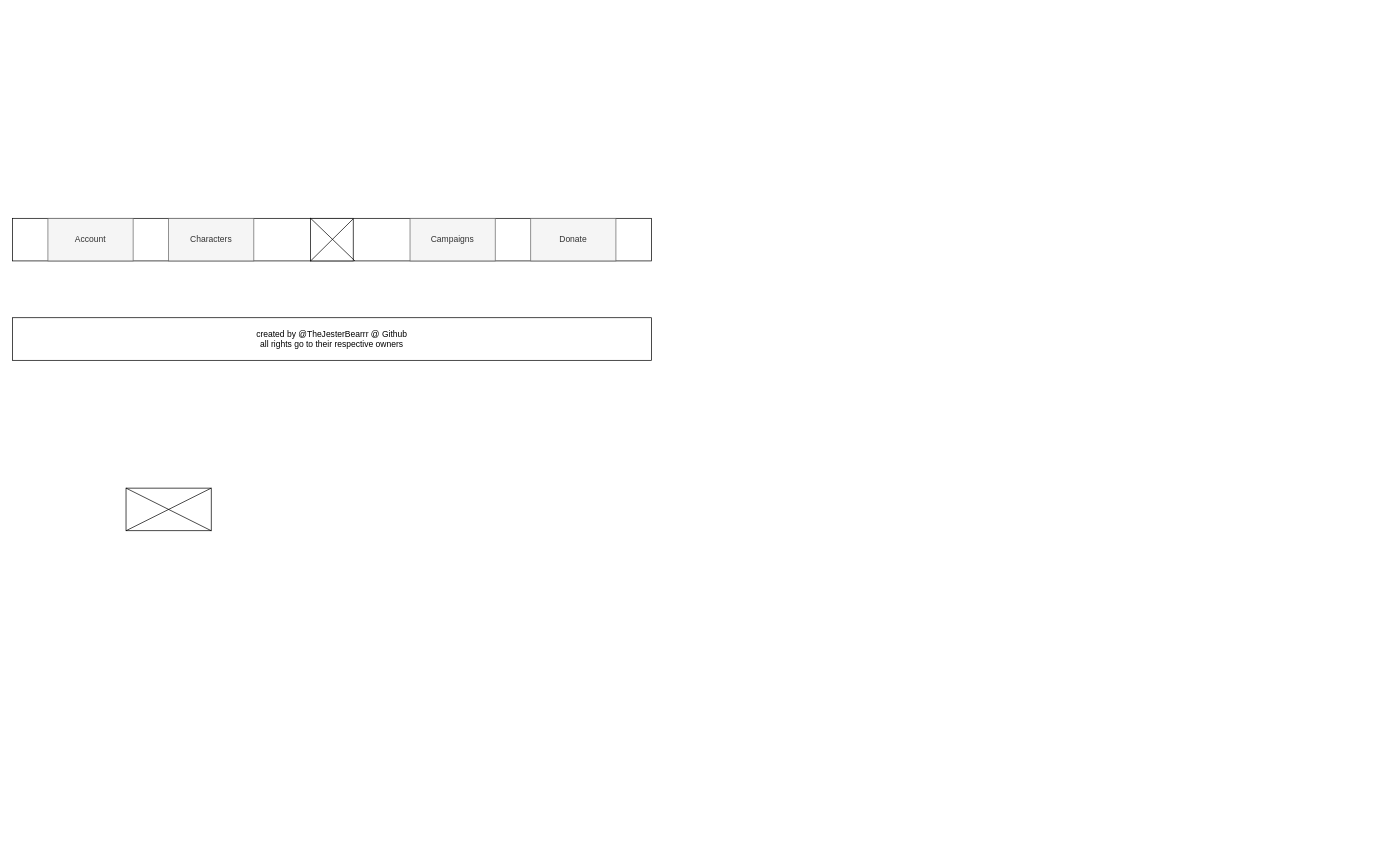
This is page "Assets" (2 of 5) of ! ASSETS !/Wireframes/Project Crawler Design.drawio from MrJesterBear/Project-Crawler-Datasheet, a draw.io file, before an edit. Source tidied: cells renumbered, new cells numbered last; positions are measured from the earlier drawing's top-left corner, leaving out a move shared by most shapes. Both pictures are drawn from the tidied source at 71%, with x=0, y=0 at pixel (12, 218).
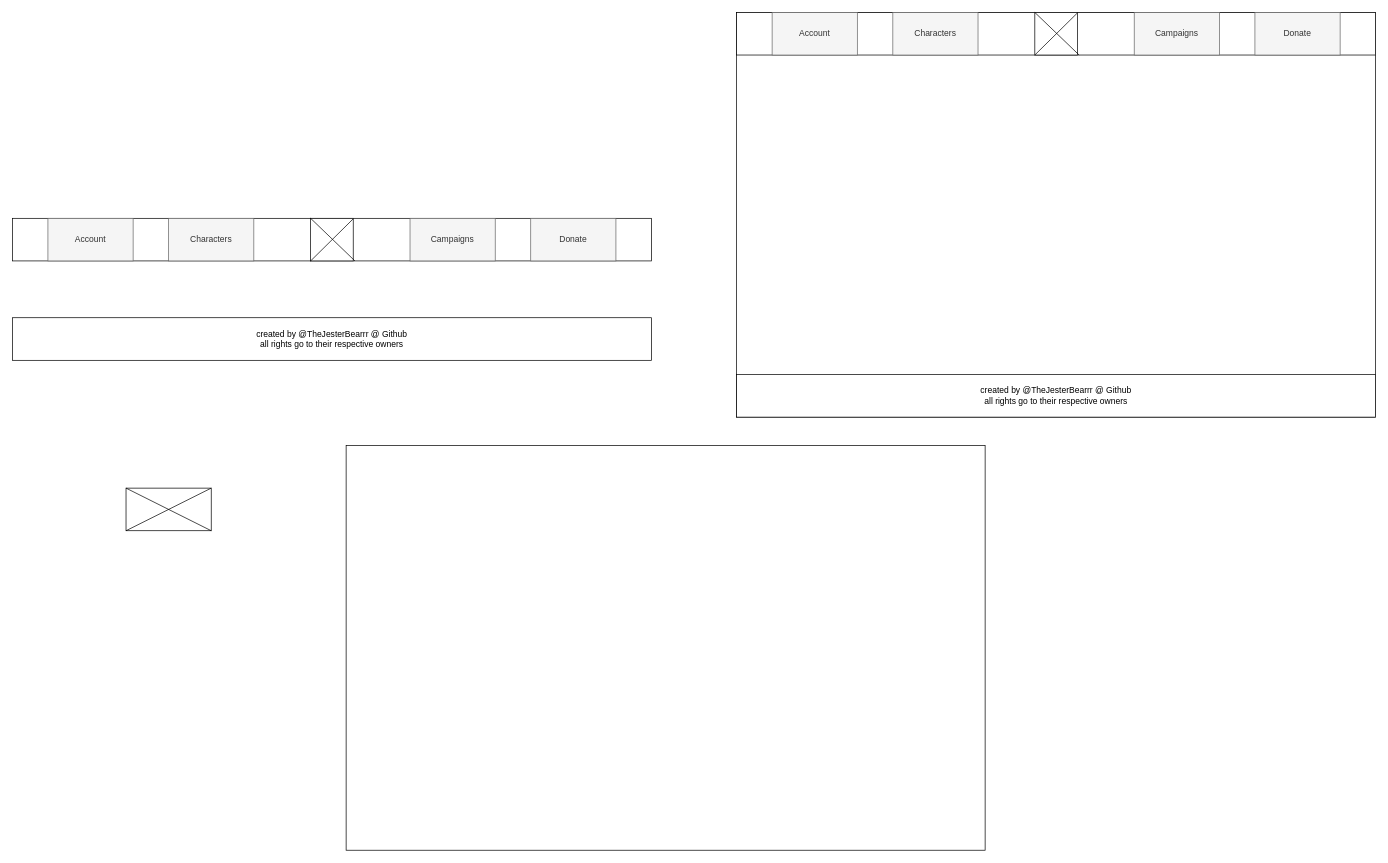
The same page after the edit.

Change to the diagram source:
```diff
@@
+    <mxCell id="16" style="rounded=0;whiteSpace=wrap;html=1;" parent="1" vertex="1">
+      <mxGeometry x="470" y="320" width="900" height="570" as="geometry" />
+    </mxCell>
+    <mxCell id="17" style="group;" parent="1" vertex="1">
+      <mxGeometry x="1020" y="-290" width="900" height="570" as="geometry" />
+    </mxCell>
+    <mxCell id="18" style="rounded=0;whiteSpace=wrap;html=1;" parent="17" vertex="1">
+      <mxGeometry width="900" height="570" as="geometry" />
+    </mxCell>
+    <mxCell id="19" value="created by @TheJesterBearrr @ Github&lt;div&gt;all rights go to their respective owners&lt;/div&gt;" style="rounded=0;whiteSpace=wrap;html=1;" parent="17" vertex="1">
+      <mxGeometry y="510" width="900" height="60" as="geometry" />
+    </mxCell>
+    <mxCell id="20" style="group;" parent="17" vertex="1">
+      <mxGeometry width="900" height="60" as="geometry" />
+    </mxCell>
+    <mxCell id="21" style="rounded=0;whiteSpace=wrap;html=1;" parent="20" vertex="1">
+      <mxGeometry width="900" height="60" as="geometry" />
+    </mxCell>
+    <mxCell id="22" style="whiteSpace=wrap;html=1;" parent="20" vertex="1">
+      <mxGeometry x="420" width="60" height="60" as="geometry" />
+    </mxCell>
+    <mxCell id="23" style="endArrow=none;html=1;rounded=0;exitX=0;exitY=0;exitDx=0;exitDy=0;entryX=0.536;entryY=1;entryDx=0;entryDy=0;entryPerimeter=0;" parent="20" edge="1" source="22" target="21">
+      <mxGeometry relative="1" as="geometry" />
+    </mxCell>
+    <mxCell id="24" style="endArrow=none;html=1;rounded=0;exitX=0;exitY=1;exitDx=0;exitDy=0;entryX=0.533;entryY=0.017;entryDx=0;entryDy=0;entryPerimeter=0;" parent="20" edge="1" source="22" target="21">
+      <mxGeometry relative="1" as="geometry" />
+    </mxCell>
+    <mxCell id="25" value="Campaigns" style="rounded=0;whiteSpace=wrap;html=1;fillColor=#f5f5f5;fontColor=#333333;strokeColor=#666666;" parent="20" vertex="1">
+      <mxGeometry x="560" width="120" height="60" as="geometry" />
+    </mxCell>
+    <mxCell id="26" value="Donate" style="rounded=0;whiteSpace=wrap;html=1;fillColor=#f5f5f5;fontColor=#333333;strokeColor=#666666;" parent="20" vertex="1">
+      <mxGeometry x="730" width="120" height="60" as="geometry" />
+    </mxCell>
+    <mxCell id="27" value="Account" style="rounded=0;whiteSpace=wrap;html=1;fillColor=#f5f5f5;fontColor=#333333;strokeColor=#666666;" parent="20" vertex="1">
+      <mxGeometry x="50" width="120" height="60" as="geometry" />
+    </mxCell>
+    <mxCell id="28" value="Characters" style="rounded=0;whiteSpace=wrap;html=1;fillColor=#f5f5f5;fontColor=#333333;strokeColor=#666666;" parent="20" vertex="1">
+      <mxGeometry x="220" width="120" height="60" as="geometry" />
+    </mxCell>
```
